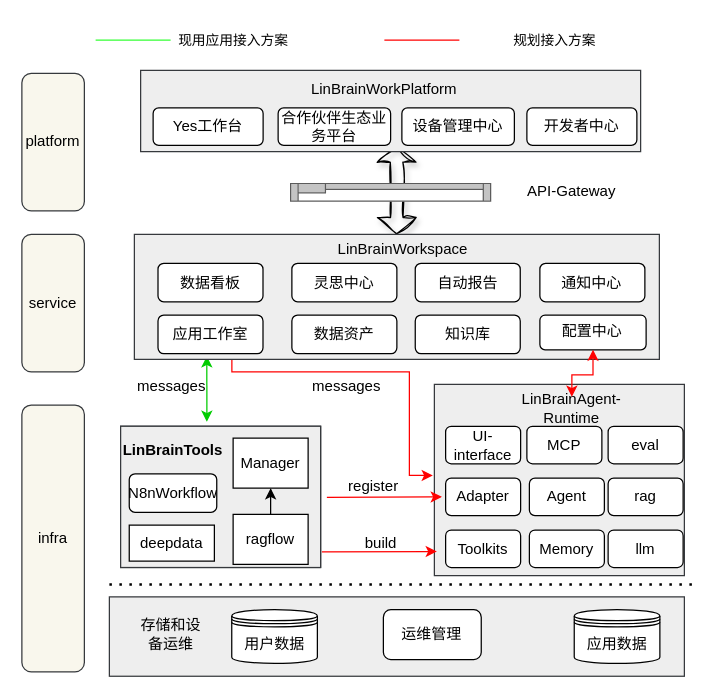
The draw.io diagram 星算工作站应用中心.drawio in paleblackless/diagrams, before the edit. Source tidied: cells renumbered, new cells numbered last; positions are measured from the earlier drawing's top-left corner, leaving out a move shared by most shapes. Both pictures are drawn from the tidied source at 125%, with x=0, y=0 at pixel (21, 21).
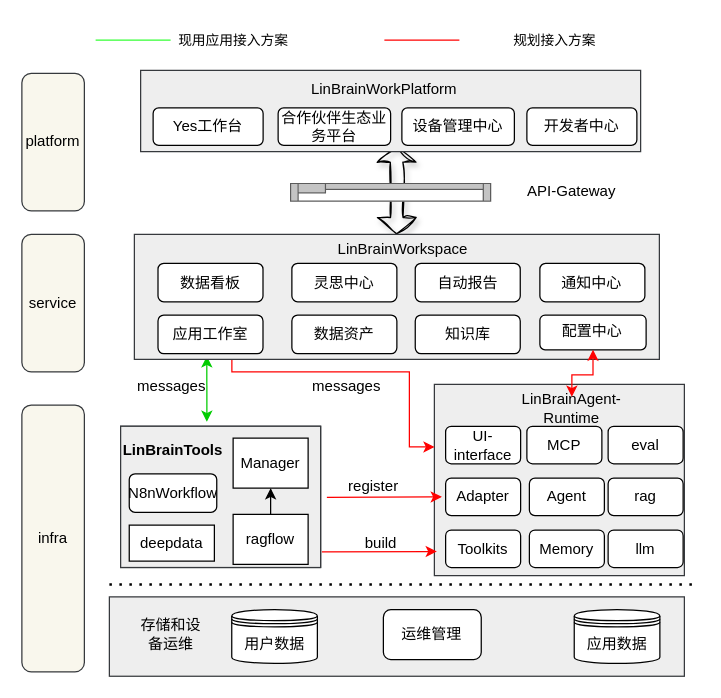
The same page after the edit.

Commit message (it also covers changes not shown here):
更新星算工作站应用中心.drawio

The change refers to these unchanged cells:
```xml
<mxCell id="3" style="rounded=0;whiteSpace=wrap;html=1;fillColor=#eeeeee;strokeColor=#36393d;" parent="1" vertex="1">
  <mxGeometry x="330" y="290" width="200" height="153" as="geometry" />
</mxCell>
<mxCell id="49" value="应用工作室" style="rounded=1;whiteSpace=wrap;html=1;" parent="47" vertex="1">
  <mxGeometry x="18.9" y="64.6" width="84" height="30.8" as="geometry" />
</mxCell>
```

Diff of the diagram source:
```diff
@@
-    <mxCell id="27" style="edgeStyle=orthogonalEdgeStyle;rounded=0;jettySize=auto;html=1;entryX=0.75;entryY=1;entryDx=0;entryDy=0;strokeColor=#FF0000;startArrow=classic;startFill=1;exitX=-0.006;exitY=0.476;exitDx=0;exitDy=0;exitPerimeter=0;" parent="1" edge="1" source="3" target="49">
+    <mxCell id="27" style="edgeStyle=orthogonalEdgeStyle;rounded=0;jettySize=auto;html=1;entryX=0.75;entryY=1;entryDx=0;entryDy=0;strokeColor=#FF0000;startArrow=classic;startFill=1;exitX=0.001;exitY=0.327;exitDx=0;exitDy=0;exitPerimeter=0;" parent="1" edge="1" source="3" target="49">
       <mxGeometry relative="1" as="geometry">
         <Array as="points">
-          <mxPoint x="310" y="363" />
+          <mxPoint x="310" y="340" />
           <mxPoint x="310" y="280" />
           <mxPoint x="168" y="280" />
           <mxPoint x="168" y="265" />
         </Array>
       </mxGeometry>
     </mxCell>
```
